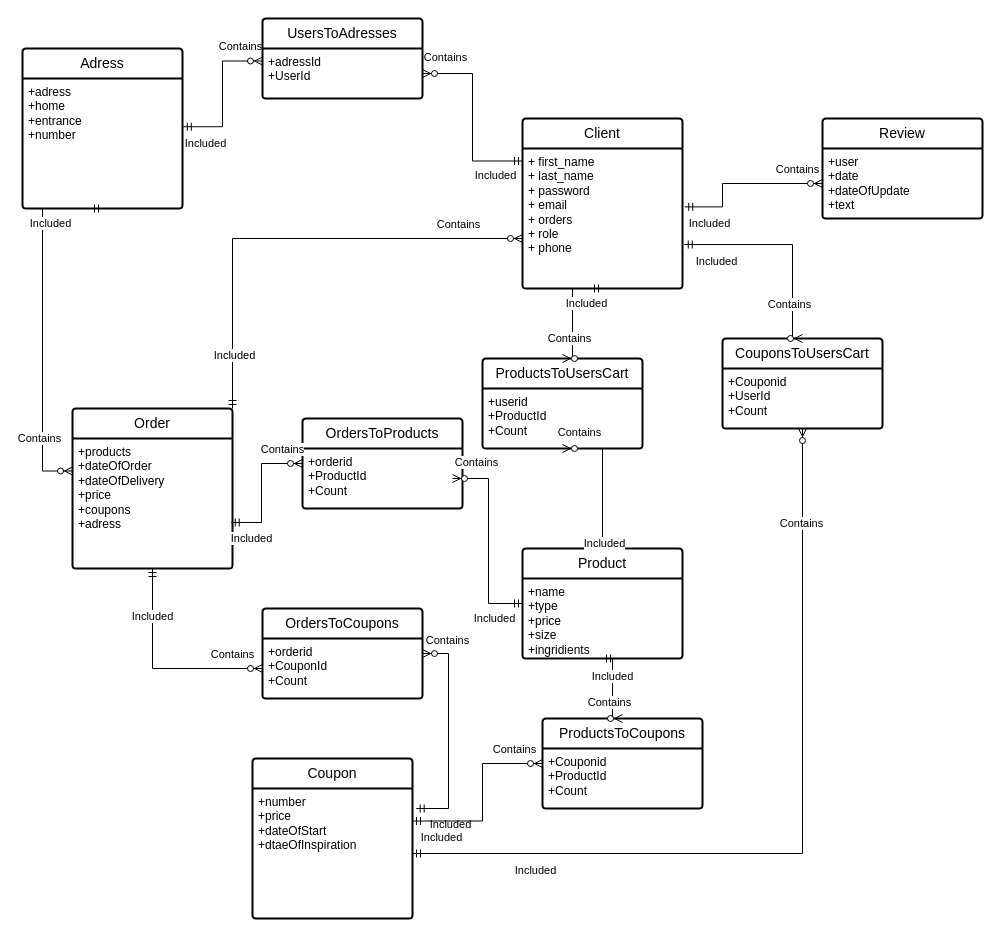
The draw.io diagram mydb.drawio in kirikate/DBMS, before the edit. Source tidied: cells renumbered, new cells numbered last; positions are measured from the earlier drawing's top-left corner, leaving out a move shared by most shapes. Both pictures are drawn from the tidied source at 100%, with x=0, y=0 at pixel (22, 18).
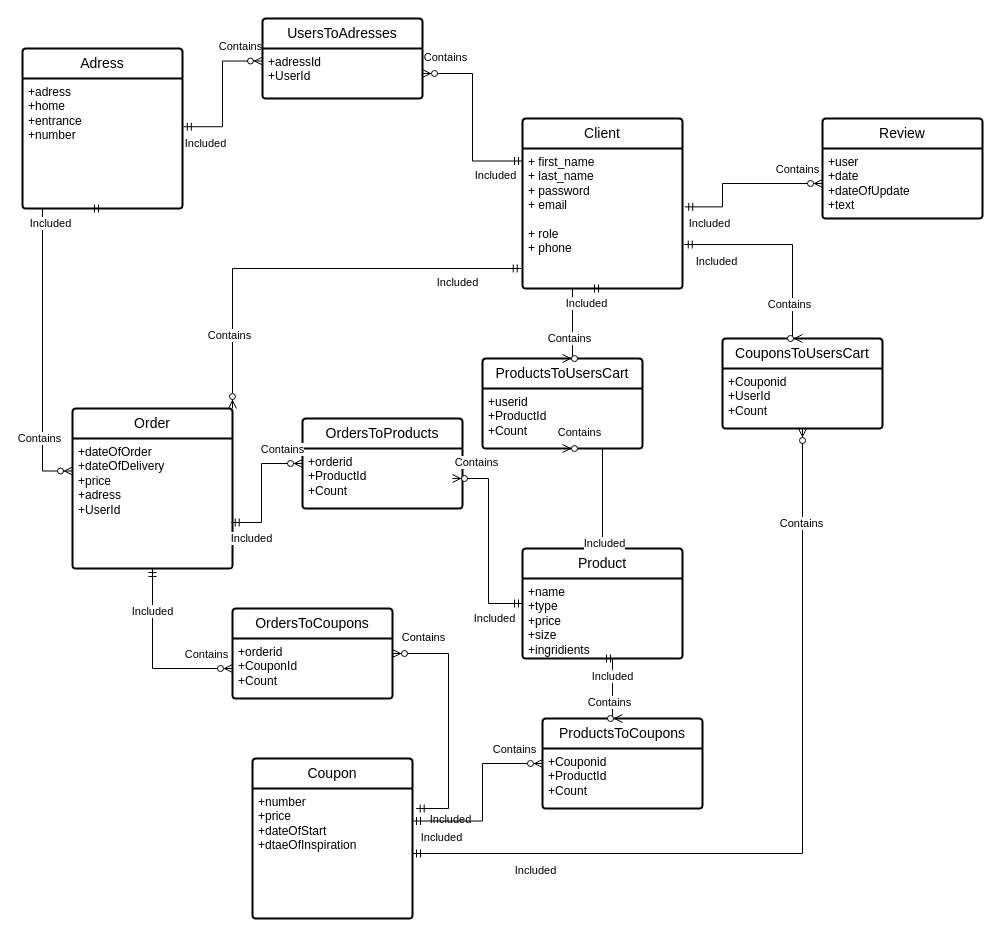
The same diagram, later.

Commit message (it also covers changes not shown here):
aaaaaaaaaaaaaaaaaaaaaaaaaaaaaaaaaaaaaaaaaaaaaaaaaaaaaaaaaa

Unchanged cells that the change refers to:
```xml
<mxCell id="2" value="Client" style="swimlane;horizontal=1;startSize=30;rounded=1;fontSize=14;fontStyle=0;strokeWidth=2;shadow=0;dashed=0;align=center;arcSize=4;whiteSpace=wrap;html=1;" parent="1" vertex="1">
  <mxGeometry x="500" y="100" width="160" height="170" as="geometry" />
</mxCell>
<mxCell id="7" value="Order" style="swimlane;horizontal=1;startSize=30;rounded=1;fontSize=14;fontStyle=0;strokeWidth=2;shadow=0;dashed=0;align=center;arcSize=4;whiteSpace=wrap;html=1;" parent="1" vertex="1">
  <mxGeometry x="50" y="390" width="160" height="160" as="geometry" />
</mxCell>
```

Change to the diagram source:
```diff
@@
-    <mxCell id="3" value="+ first_name&lt;br&gt;+ last_name&lt;br&gt;+ password&lt;br&gt;+ email&lt;br&gt;+ orders&lt;br&gt;+ role&lt;br&gt;+ phone" style="align=left;strokeColor=none;fillColor=none;spacingLeft=4;fontSize=12;verticalAlign=top;html=1;" parent="2" vertex="1">
+    <mxCell id="3" value="+ first_name&lt;br&gt;+ last_name&lt;br&gt;+ password&lt;br&gt;+ email&lt;br&gt;&lt;br&gt;+ role&lt;br&gt;+ phone" style="align=left;strokeColor=none;fillColor=none;spacingLeft=4;fontSize=12;verticalAlign=top;html=1;" parent="2" vertex="1">
       <mxGeometry y="30" width="160" height="140" as="geometry" />
     </mxCell>
-    <mxCell id="4" style="fontSize=12;html=1;endArrow=ERzeroToMany;startArrow=ERmandOne;rounded=0;edgeStyle=elbowEdgeStyle;entryX=0;entryY=0.5;entryDx=0;entryDy=0;" parent="1" edge="1" source="7">
+    <mxCell id="4" style="fontSize=12;html=1;endArrow=ERzeroToMany;startArrow=ERmandOne;rounded=0;edgeStyle=elbowEdgeStyle;entryX=1;entryY=0;entryDx=0;entryDy=0;exitX=-0.008;exitY=0.857;exitDx=0;exitDy=0;exitPerimeter=0;" parent="1" edge="1" source="3" target="7">
       <mxGeometry relative="1" as="geometry">
-        <mxPoint x="500" y="220" as="targetPoint" />
         <Array as="points">
           <mxPoint x="210" y="305" />
         </Array>
       </mxGeometry>
     </mxCell>
@@
-    <mxCell id="8" value="+products&lt;br&gt;+dateOfOrder&lt;br&gt;+dateOfDelivery&lt;br&gt;+price&lt;br&gt;+coupons&lt;br&gt;+adress" style="align=left;strokeColor=none;fillColor=none;spacingLeft=4;fontSize=12;verticalAlign=top;html=1;" parent="7" vertex="1">
+    <mxCell id="8" value="+dateOfOrder&lt;br&gt;+dateOfDelivery&lt;br&gt;+price&lt;br&gt;+adress&lt;br&gt;+UserId" style="align=left;strokeColor=none;fillColor=none;spacingLeft=4;fontSize=12;verticalAlign=top;html=1;" parent="7" vertex="1">
       <mxGeometry y="30" width="160" height="130" as="geometry" />
     </mxCell>
@@
     <mxCell id="39" value="OrdersToCoupons" style="swimlane;horizontal=1;startSize=30;rounded=1;fontSize=14;fontStyle=0;strokeWidth=2;shadow=0;dashed=0;align=center;arcSize=4;whiteSpace=wrap;html=1;" parent="1" vertex="1">
-      <mxGeometry x="240" y="590" width="160" height="90" as="geometry" />
+      <mxGeometry x="210" y="590" width="160" height="90" as="geometry" />
     </mxCell>
```
